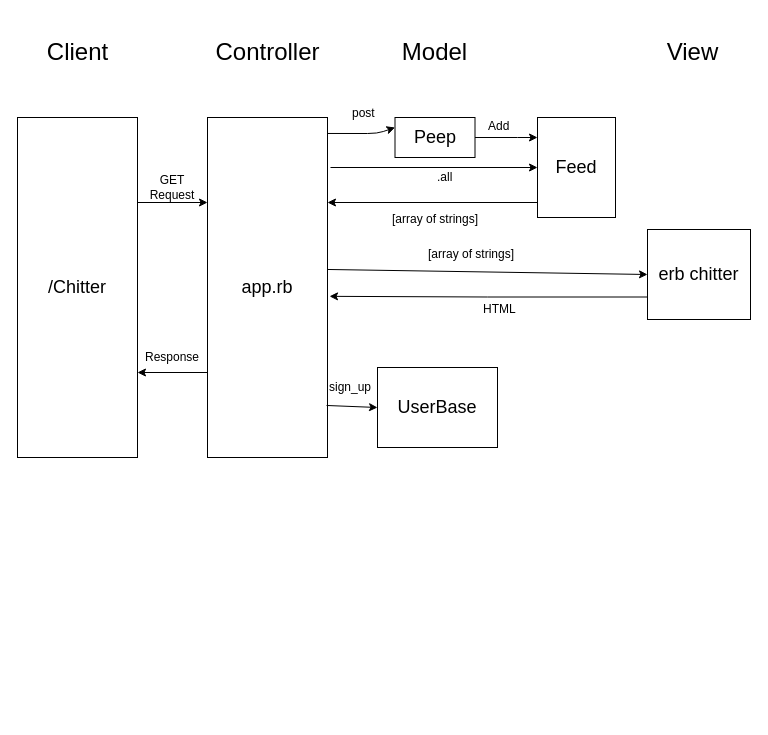
Above: model.drawio in makersacademy/chitter-challenge (draw.io), before the change. Source tidied: cells renumbered, new cells numbered last; positions are measured from the earlier drawing's top-left corner, leaving out a move shared by most shapes. Both pictures are drawn from the tidied source at 100%, with x=0, y=0 at pixel (17, 17).
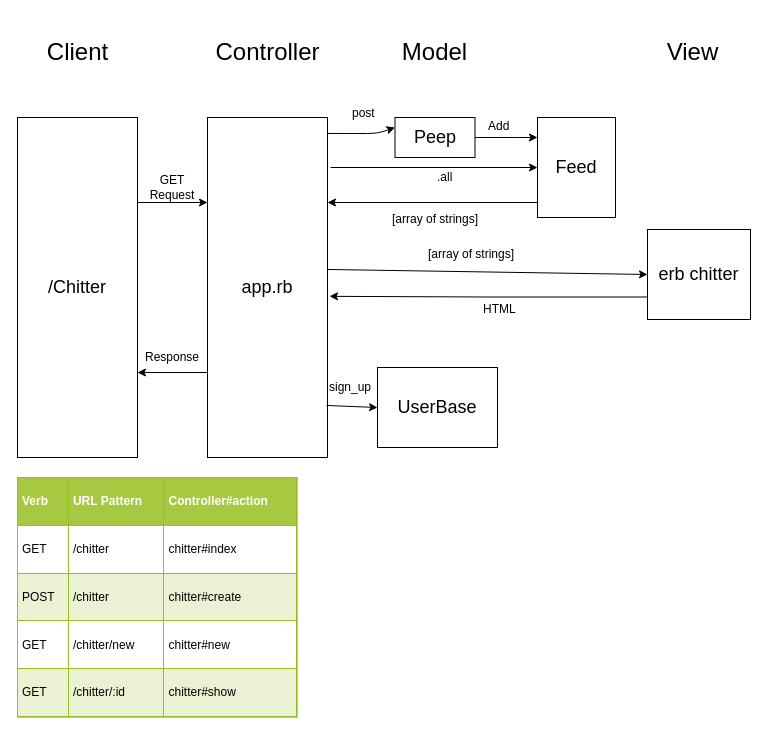
The same diagram, later.

Change to the diagram source:
```diff
@@
+    <mxCell id="30" value="&lt;table border=&quot;1&quot; width=&quot;100%&quot; cellpadding=&quot;4&quot; style=&quot;width: 100% ; height: 100% ; border-collapse: collapse&quot;&gt;&lt;tbody&gt;&lt;tr style=&quot;background-color: #a7c942 ; color: #ffffff ; border: 1px solid #98bf21&quot;&gt;&lt;th align=&quot;left&quot;&gt;Verb&lt;/th&gt;&lt;th align=&quot;left&quot;&gt;URL Pattern&lt;/th&gt;&lt;th align=&quot;left&quot;&gt;Controller#action&lt;/th&gt;&lt;/tr&gt;&lt;tr style=&quot;border: 1px solid #98bf21&quot;&gt;&lt;td&gt;GET&lt;/td&gt;&lt;td&gt;/chitter&lt;/td&gt;&lt;td&gt;chitter#index&lt;/td&gt;&lt;/tr&gt;&lt;tr style=&quot;background-color: #eaf2d3 ; border: 1px solid #98bf21&quot;&gt;&lt;td&gt;POST&lt;/td&gt;&lt;td&gt;/chitter&lt;/td&gt;&lt;td&gt;chitter#create&lt;/td&gt;&lt;/tr&gt;&lt;tr style=&quot;border: 1px solid #98bf21&quot;&gt;&lt;td&gt;GET&lt;/td&gt;&lt;td&gt;/chitter/new&lt;/td&gt;&lt;td&gt;chitter#new&lt;/td&gt;&lt;/tr&gt;&lt;tr style=&quot;background-color: #eaf2d3 ; border: 1px solid #98bf21&quot;&gt;&lt;td&gt;GET&lt;/td&gt;&lt;td&gt;/chitter/:id&lt;/td&gt;&lt;td&gt;chitter#show&lt;/td&gt;&lt;/tr&gt;&lt;/tbody&gt;&lt;/table&gt;" style="text;html=1;strokeColor=#c0c0c0;fillColor=#ffffff;overflow=fill;rounded=0;" parent="1" vertex="1">
+      <mxGeometry y="460" width="280" height="240" as="geometry" />
+    </mxCell>
```
